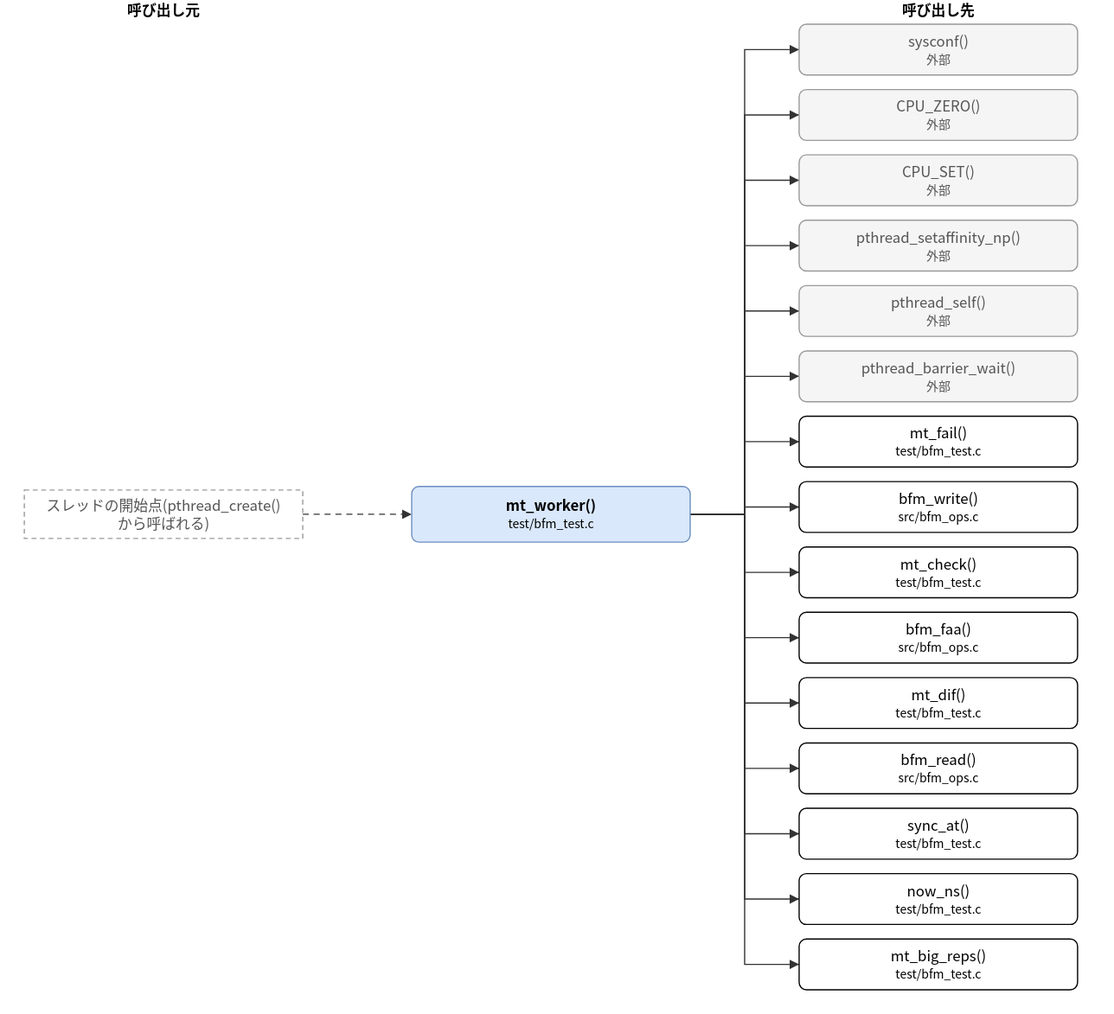
Earlier version of the draw.io export doc/spec/images/call_test_bfm_test-mt_worker.drawio.svg (hf355051012-ai/bfmem). Source tidied: cells renumbered, new cells last; positions are measured from the earlier drawing's top-left corner, leaving out a move shared by most shapes.
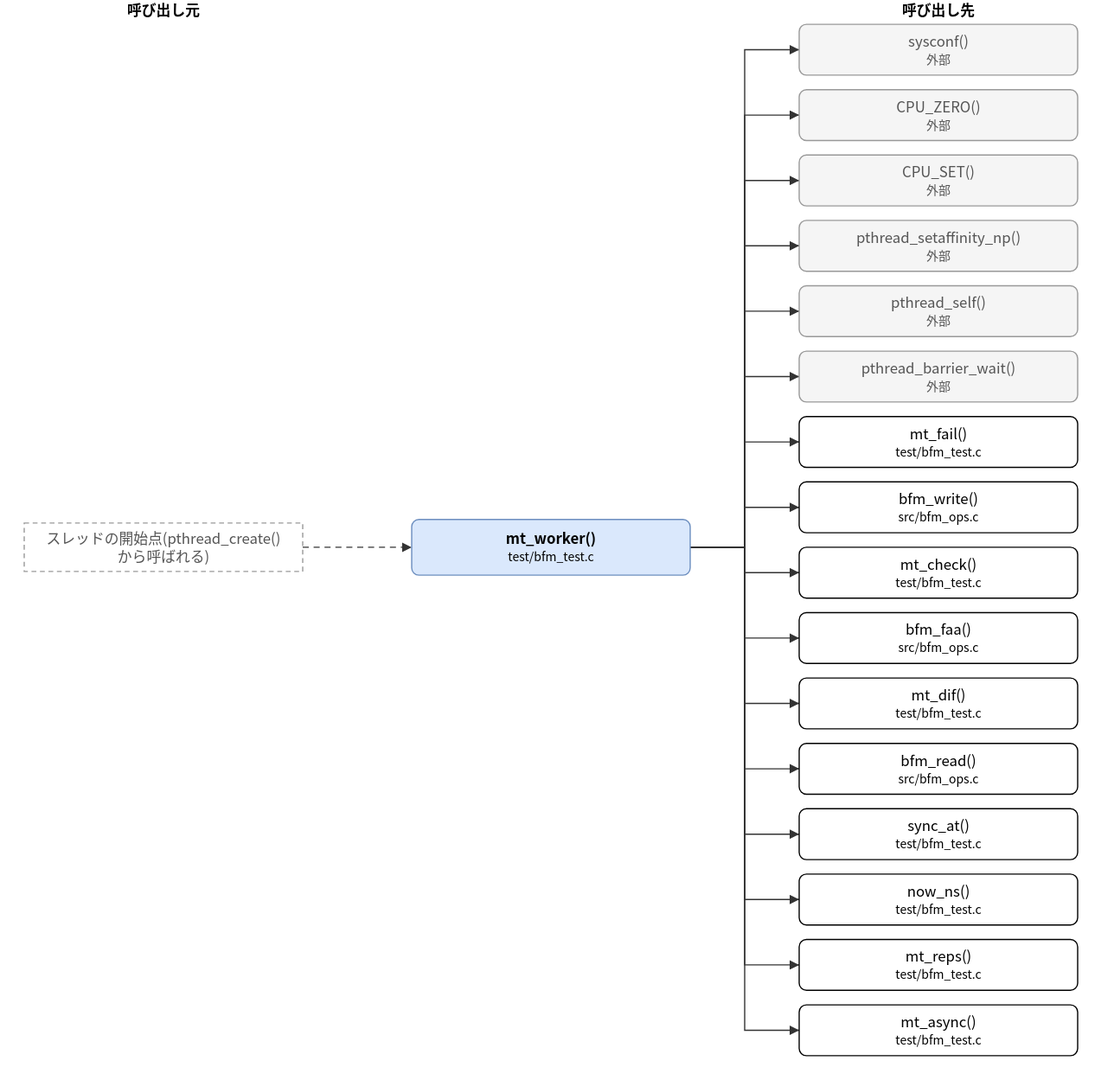
After the commit.

What changed in the source:
```diff
@@ -3,7 +3,7 @@
     <mxCell id="0" />
     <mxCell id="1" parent="0" />
     <mxCell id="2" value="mt_worker()&lt;br&gt;&lt;font style=&quot;font-size:10px&quot;&gt;test/bfm_test.c&lt;/font&gt;" style="rounded=1;whiteSpace=wrap;html=1;fillColor=#dae8fc;strokeColor=#6c8ebf;fontStyle=1;" parent="1" vertex="1">
-      <mxGeometry x="320" y="402" width="230" height="46" as="geometry" />
+      <mxGeometry x="320" y="429" width="230" height="46" as="geometry" />
     </mxCell>
     <mxCell id="3" value="sysconf()&lt;br&gt;&lt;font style=&quot;font-size:10px&quot;&gt;外部&lt;/font&gt;" style="rounded=1;whiteSpace=wrap;html=1;fillColor=#f5f5f5;strokeColor=#999999;fontColor=#555555;" parent="1" vertex="1">
       <mxGeometry x="640" y="20" width="230" height="42" as="geometry" />
@@ -47,16 +47,19 @@
     <mxCell id="16" value="now_ns()&lt;br&gt;&lt;font style=&quot;font-size:10px&quot;&gt;test/bfm_test.c&lt;/font&gt;" style="rounded=1;whiteSpace=wrap;html=1;" parent="1" vertex="1">
       <mxGeometry x="640" y="722" width="230" height="42" as="geometry" />
     </mxCell>
-    <mxCell id="17" value="mt_big_reps()&lt;br&gt;&lt;font style=&quot;font-size:10px&quot;&gt;test/bfm_test.c&lt;/font&gt;" style="rounded=1;whiteSpace=wrap;html=1;" parent="1" vertex="1">
+    <mxCell id="17" value="mt_reps()&lt;br&gt;&lt;font style=&quot;font-size:10px&quot;&gt;test/bfm_test.c&lt;/font&gt;" style="rounded=1;whiteSpace=wrap;html=1;" parent="1" vertex="1">
       <mxGeometry x="640" y="776" width="230" height="42" as="geometry" />
     </mxCell>
+    <mxCell id="37" value="mt_async()&lt;br&gt;&lt;font style=&quot;font-size:10px&quot;&gt;test/bfm_test.c&lt;/font&gt;" style="rounded=1;whiteSpace=wrap;html=1;" parent="1" vertex="1">
+      <mxGeometry x="640" y="830" width="230" height="42" as="geometry" />
+    </mxCell>
     <mxCell id="18" value="スレッドの開始点(pthread_create()&lt;br&gt;から呼ばれる)" style="rounded=0;whiteSpace=wrap;html=1;dashed=1;strokeColor=#999999;fontColor=#555555;dashed=1;" parent="1" vertex="1">
-      <mxGeometry y="405" width="230" height="40" as="geometry" />
+      <mxGeometry y="432" width="230" height="40" as="geometry" />
     </mxCell>
     <mxCell id="19" style="edgeStyle=none;html=1;rounded=0;endArrow=block;endFill=1;exitX=1.0000;exitY=0.5000;exitDx=0;exitDy=0;exitPerimeter=0;entryX=0.0000;entryY=0.5000;entryDx=0;entryDy=0;entryPerimeter=0;" parent="1" edge="1" source="2" target="3">
       <mxGeometry relative="1" as="geometry">
         <Array as="points">
-          <mxPoint x="595" y="425" />
+          <mxPoint x="595" y="452" />
           <mxPoint x="595" y="41" />
         </Array>
       </mxGeometry>
@@ -64,7 +67,7 @@
     <mxCell id="20" style="edgeStyle=none;html=1;rounded=0;endArrow=block;endFill=1;exitX=1.0000;exitY=0.5000;exitDx=0;exitDy=0;exitPerimeter=0;entryX=0.0000;entryY=0.5000;entryDx=0;entryDy=0;entryPerimeter=0;" parent="1" edge="1" source="2" target="4">
       <mxGeometry relative="1" as="geometry">
         <Array as="points">
-          <mxPoint x="595" y="425" />
+          <mxPoint x="595" y="452" />
           <mxPoint x="595" y="95" />
         </Array>
       </mxGeometry>
@@ -72,7 +75,7 @@
     <mxCell id="21" style="edgeStyle=none;html=1;rounded=0;endArrow=block;endFill=1;exitX=1.0000;exitY=0.5000;exitDx=0;exitDy=0;exitPerimeter=0;entryX=0.0000;entryY=0.5000;entryDx=0;entryDy=0;entryPerimeter=0;" parent="1" edge="1" source="2" target="5">
       <mxGeometry relative="1" as="geometry">
         <Array as="points">
-          <mxPoint x="595" y="425" />
+          <mxPoint x="595" y="452" />
           <mxPoint x="595" y="149" />
         </Array>
       </mxGeometry>
@@ -80,7 +83,7 @@
     <mxCell id="22" style="edgeStyle=none;html=1;rounded=0;endArrow=block;endFill=1;exitX=1.0000;exitY=0.5000;exitDx=0;exitDy=0;exitPerimeter=0;entryX=0.0000;entryY=0.5000;entryDx=0;entryDy=0;entryPerimeter=0;" parent="1" edge="1" source="2" target="6">
       <mxGeometry relative="1" as="geometry">
         <Array as="points">
-          <mxPoint x="595" y="425" />
+          <mxPoint x="595" y="452" />
           <mxPoint x="595" y="203" />
         </Array>
       </mxGeometry>
@@ -88,7 +91,7 @@
     <mxCell id="23" style="edgeStyle=none;html=1;rounded=0;endArrow=block;endFill=1;exitX=1.0000;exitY=0.5000;exitDx=0;exitDy=0;exitPerimeter=0;entryX=0.0000;entryY=0.5000;entryDx=0;entryDy=0;entryPerimeter=0;" parent="1" edge="1" source="2" target="7">
       <mxGeometry relative="1" as="geometry">
         <Array as="points">
-          <mxPoint x="595" y="425" />
+          <mxPoint x="595" y="452" />
           <mxPoint x="595" y="257" />
         </Array>
       </mxGeometry>
@@ -96,7 +99,7 @@
     <mxCell id="24" style="edgeStyle=none;html=1;rounded=0;endArrow=block;endFill=1;exitX=1.0000;exitY=0.5000;exitDx=0;exitDy=0;exitPerimeter=0;entryX=0.0000;entryY=0.5000;entryDx=0;entryDy=0;entryPerimeter=0;" parent="1" edge="1" source="2" target="8">
       <mxGeometry relative="1" as="geometry">
         <Array as="points">
-          <mxPoint x="595" y="425" />
+          <mxPoint x="595" y="452" />
           <mxPoint x="595" y="311" />
         </Array>
       </mxGeometry>
@@ -104,7 +107,7 @@
     <mxCell id="25" style="edgeStyle=none;html=1;rounded=0;endArrow=block;endFill=1;exitX=1.0000;exitY=0.5000;exitDx=0;exitDy=0;exitPerimeter=0;entryX=0.0000;entryY=0.5000;entryDx=0;entryDy=0;entryPerimeter=0;" parent="1" edge="1" source="2" target="9">
       <mxGeometry relative="1" as="geometry">
         <Array as="points">
-          <mxPoint x="595" y="425" />
+          <mxPoint x="595" y="452" />
           <mxPoint x="595" y="365" />
         </Array>
       </mxGeometry>
@@ -112,7 +115,7 @@
     <mxCell id="26" style="edgeStyle=none;html=1;rounded=0;endArrow=block;endFill=1;exitX=1.0000;exitY=0.5000;exitDx=0;exitDy=0;exitPerimeter=0;entryX=0.0000;entryY=0.5000;entryDx=0;entryDy=0;entryPerimeter=0;" parent="1" edge="1" source="2" target="10">
       <mxGeometry relative="1" as="geometry">
         <Array as="points">
-          <mxPoint x="595" y="425" />
+          <mxPoint x="595" y="452" />
           <mxPoint x="595" y="419" />
         </Array>
       </mxGeometry>
@@ -120,7 +123,7 @@
     <mxCell id="27" style="edgeStyle=none;html=1;rounded=0;endArrow=block;endFill=1;exitX=1.0000;exitY=0.5000;exitDx=0;exitDy=0;exitPerimeter=0;entryX=0.0000;entryY=0.5000;entryDx=0;entryDy=0;entryPerimeter=0;" parent="1" edge="1" source="2" target="11">
       <mxGeometry relative="1" as="geometry">
         <Array as="points">
-          <mxPoint x="595" y="425" />
+          <mxPoint x="595" y="452" />
           <mxPoint x="595" y="473" />
         </Array>
       </mxGeometry>
@@ -128,7 +131,7 @@
     <mxCell id="28" style="edgeStyle=none;html=1;rounded=0;endArrow=block;endFill=1;exitX=1.0000;exitY=0.5000;exitDx=0;exitDy=0;exitPerimeter=0;entryX=0.0000;entryY=0.5000;entryDx=0;entryDy=0;entryPerimeter=0;" parent="1" edge="1" source="2" target="12">
       <mxGeometry relative="1" as="geometry">
         <Array as="points">
-          <mxPoint x="595" y="425" />
+          <mxPoint x="595" y="452" />
           <mxPoint x="595" y="527" />
         </Array>
       </mxGeometry>
@@ -136,7 +139,7 @@
     <mxCell id="29" style="edgeStyle=none;html=1;rounded=0;endArrow=block;endFill=1;exitX=1.0000;exitY=0.5000;exitDx=0;exitDy=0;exitPerimeter=0;entryX=0.0000;entryY=0.5000;entryDx=0;entryDy=0;entryPerimeter=0;" parent="1" edge="1" source="2" target="13">
       <mxGeometry relative="1" as="geometry">
         <Array as="points">
-          <mxPoint x="595" y="425" />
+          <mxPoint x="595" y="452" />
           <mxPoint x="595" y="581" />
         </Array>
       </mxGeometry>
@@ -144,7 +147,7 @@
     <mxCell id="30" style="edgeStyle=none;html=1;rounded=0;endArrow=block;endFill=1;exitX=1.0000;exitY=0.5000;exitDx=0;exitDy=0;exitPerimeter=0;entryX=0.0000;entryY=0.5000;entryDx=0;entryDy=0;entryPerimeter=0;" parent="1" edge="1" source="2" target="14">
       <mxGeometry relative="1" as="geometry">
         <Array as="points">
-          <mxPoint x="595" y="425" />
+          <mxPoint x="595" y="452" />
           <mxPoint x="595" y="635" />
         </Array>
       </mxGeometry>
@@ -152,7 +155,7 @@
     <mxCell id="31" style="edgeStyle=none;html=1;rounded=0;endArrow=block;endFill=1;exitX=1.0000;exitY=0.5000;exitDx=0;exitDy=0;exitPerimeter=0;entryX=0.0000;entryY=0.5000;entryDx=0;entryDy=0;entryPerimeter=0;" parent="1" edge="1" source="2" target="15">
       <mxGeometry relative="1" as="geometry">
         <Array as="points">
-          <mxPoint x="595" y="425" />
+          <mxPoint x="595" y="452" />
           <mxPoint x="595" y="689" />
         </Array>
       </mxGeometry>
@@ -160,7 +163,7 @@
     <mxCell id="32" style="edgeStyle=none;html=1;rounded=0;endArrow=block;endFill=1;exitX=1.0000;exitY=0.5000;exitDx=0;exitDy=0;exitPerimeter=0;entryX=0.0000;entryY=0.5000;entryDx=0;entryDy=0;entryPerimeter=0;" parent="1" edge="1" source="2" target="16">
       <mxGeometry relative="1" as="geometry">
         <Array as="points">
-          <mxPoint x="595" y="425" />
+          <mxPoint x="595" y="452" />
           <mxPoint x="595" y="743" />
         </Array>
       </mxGeometry>
@@ -168,14 +171,22 @@
     <mxCell id="33" style="edgeStyle=none;html=1;rounded=0;endArrow=block;endFill=1;exitX=1.0000;exitY=0.5000;exitDx=0;exitDy=0;exitPerimeter=0;entryX=0.0000;entryY=0.5000;entryDx=0;entryDy=0;entryPerimeter=0;" parent="1" edge="1" source="2" target="17">
       <mxGeometry relative="1" as="geometry">
         <Array as="points">
-          <mxPoint x="595" y="425" />
+          <mxPoint x="595" y="452" />
           <mxPoint x="595" y="797" />
         </Array>
       </mxGeometry>
     </mxCell>
-    <mxCell id="34" style="edgeStyle=none;html=1;rounded=0;endArrow=block;endFill=1;exitX=1.0000;exitY=0.5000;exitDx=0;exitDy=0;exitPerimeter=0;entryX=0.0000;entryY=0.5000;entryDx=0;entryDy=0;entryPerimeter=0;dashed=1;" parent="1" edge="1" source="18" target="2">
-      <mxGeometry relative="1" as="geometry" />
+    <mxCell id="34" style="edgeStyle=none;html=1;rounded=0;endArrow=block;endFill=1;exitX=1.0000;exitY=0.5000;exitDx=0;exitDy=0;exitPerimeter=0;entryX=0.0000;entryY=0.5000;entryDx=0;entryDy=0;entryPerimeter=0;" parent="1" edge="1" source="2" target="37">
+      <mxGeometry relative="1" as="geometry">
+        <Array as="points">
+          <mxPoint x="595" y="452" />
+          <mxPoint x="595" y="851" />
+        </Array>
+      </mxGeometry>
     </mxCell>
+    <mxCell id="38" style="edgeStyle=none;html=1;rounded=0;endArrow=block;endFill=1;exitX=1.0000;exitY=0.5000;exitDx=0;exitDy=0;exitPerimeter=0;entryX=0.0000;entryY=0.5000;entryDx=0;entryDy=0;entryPerimeter=0;dashed=1;" parent="1" edge="1" source="18" target="2">
+      <mxGeometry relative="1" as="geometry" />
+    </mxCell>
     <mxCell id="35" value="呼び出し元" style="text;html=1;align=center;fontStyle=1;" parent="1" vertex="1">
       <mxGeometry x="35" width="160" height="18" as="geometry" />
     </mxCell>
```
